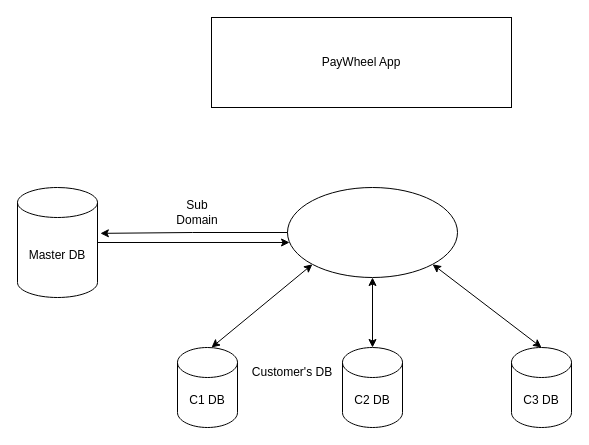
This is page "Multi domain" (1 of 2) of PowerHCM.drawio from triconlabs/Documentation, a draw.io file, before an edit. Source tidied: cells renumbered, new cells numbered last; positions are measured from the earlier drawing's top-left corner, leaving out a move shared by most shapes. Both pictures are drawn from the tidied source at 100%, with x=0, y=0 at pixel (17, 17).
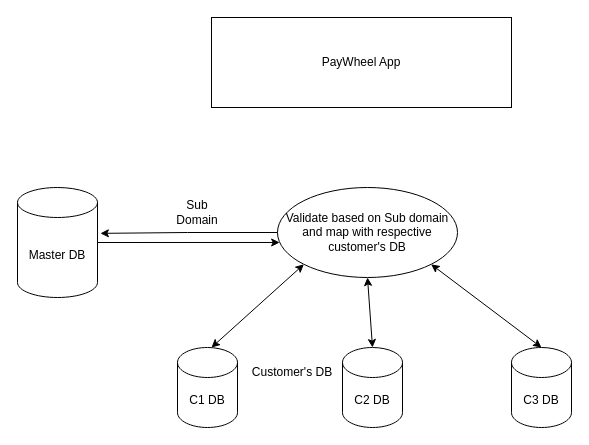
After the change.

Diff of the diagram source:
```diff
@@
 <mxGraphModel>
   <root>
     <mxCell id="0" />
     <mxCell id="1" parent="0" />
     <mxCell id="2" value="PayWheel App" style="rounded=0;whiteSpace=wrap;html=1;" parent="1" vertex="1">
       <mxGeometry x="194" width="300" height="90" as="geometry" />
     </mxCell>
-    <mxCell id="3" style="ellipse;whiteSpace=wrap;html=1;" parent="1" vertex="1">
-      <mxGeometry x="270" y="170" width="170" height="90" as="geometry" />
+    <mxCell id="3" value="Validate based on Sub domain and map with respective customer's DB" style="ellipse;whiteSpace=wrap;html=1;" parent="1" vertex="1">
+      <mxGeometry x="260" y="170" width="180" height="90" as="geometry" />
     </mxCell>
     <mxCell id="4" style="edgeStyle=orthogonalEdgeStyle;rounded=0;jettySize=auto;html=1;exitX=1;exitY=0.5;exitDx=0;exitDy=0;exitPerimeter=0;entryX=0.012;entryY=0.611;entryDx=0;entryDy=0;entryPerimeter=0;" parent="1" edge="1" source="5" target="3">
       <mxGeometry relative="1" as="geometry" />
     </mxCell>
     <mxCell id="5" value="Master DB" style="shape=cylinder3;whiteSpace=wrap;html=1;boundedLbl=1;backgroundOutline=1;size=15;" parent="1" vertex="1">
       <mxGeometry y="170" width="80" height="110" as="geometry" />
     </mxCell>
     <mxCell id="6" style="edgeStyle=orthogonalEdgeStyle;rounded=0;jettySize=auto;html=1;entryX=1.036;entryY=0.417;entryDx=0;entryDy=0;entryPerimeter=0;" parent="1" edge="1" source="3" target="5">
       <mxGeometry relative="1" as="geometry" />
     </mxCell>
     <mxCell id="7" value="Sub Domain" style="text;html=1;align=center;verticalAlign=middle;whiteSpace=wrap;rounded=0;" parent="1" vertex="1">
       <mxGeometry x="150" y="180" width="60" height="30" as="geometry" />
     </mxCell>
     <mxCell id="8" value="C2 DB" style="shape=cylinder3;whiteSpace=wrap;html=1;boundedLbl=1;backgroundOutline=1;size=15;" parent="1" vertex="1">
       <mxGeometry x="325" y="330" width="60" height="80" as="geometry" />
     </mxCell>
     <mxCell id="9" value="C3 DB" style="shape=cylinder3;whiteSpace=wrap;html=1;boundedLbl=1;backgroundOutline=1;size=15;" parent="1" vertex="1">
       <mxGeometry x="494" y="330" width="60" height="80" as="geometry" />
     </mxCell>
     <mxCell id="10" value="C1 DB" style="shape=cylinder3;whiteSpace=wrap;html=1;boundedLbl=1;backgroundOutline=1;size=15;" parent="1" vertex="1">
       <mxGeometry x="160" y="330" width="60" height="80" as="geometry" />
     </mxCell>
     <mxCell id="11" style="endArrow=classic;startArrow=classic;html=1;rounded=0;entryX=0;entryY=1;entryDx=0;entryDy=0;" parent="1" edge="1" target="3">
       <mxGeometry relative="1" as="geometry">
         <mxPoint x="194" y="330" as="sourcePoint" />
       </mxGeometry>
     </mxCell>
     <mxCell id="12" style="endArrow=classic;startArrow=classic;html=1;rounded=0;entryX=1;entryY=1;entryDx=0;entryDy=0;exitX=0.5;exitY=0;exitDx=0;exitDy=0;exitPerimeter=0;" parent="1" edge="1" source="9" target="3">
       <mxGeometry relative="1" as="geometry" />
     </mxCell>
     <mxCell id="13" style="endArrow=classic;startArrow=classic;html=1;rounded=0;entryX=0.5;entryY=1;entryDx=0;entryDy=0;exitX=0.5;exitY=0;exitDx=0;exitDy=0;exitPerimeter=0;" parent="1" edge="1" source="8" target="3">
       <mxGeometry relative="1" as="geometry" />
     </mxCell>
     <mxCell id="14" value="Customer's DB" style="text;html=1;align=center;verticalAlign=middle;whiteSpace=wrap;rounded=0;" parent="1" vertex="1">
       <mxGeometry x="100" y="340" width="350" height="30" as="geometry" />
     </mxCell>
   </root>
 </mxGraphModel>
```
